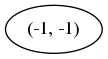
The Graphviz diagram tree.png in groupe25/LE_CHEMIN_DES_CHEFS, before a commit. Its source is kept beside it as tree.dot.
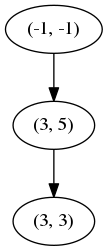
Later version of the same file.

Diff of the diagram source:
```diff
@@ -1,3 +1,7 @@
 strict digraph G {
+"(3, 5)" [niveau=1];
+"(3, 3)" [niveau=2];
 "(-1, -1)" [niveau=0];
+"(3, 5)" -> "(3, 3)";
+"(-1, -1)" -> "(3, 5)";
 }
```
